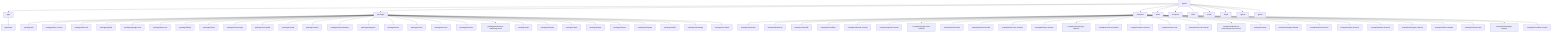
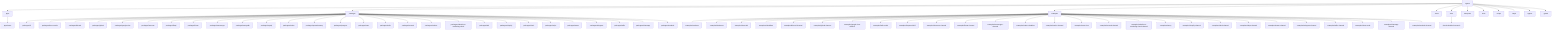
flowchart TD
  root["agents"]
  n_apps["apps"]
  root --> n_apps
  n_apps_www["apps/www"]
  n_apps --> n_apps_www
  n_packages["packages"]
  root --> n_packages
  n_packages_cli["packages/cli"]
  n_packages --> n_packages_cli
  n_packages_dev_console["packages/dev-console"]
  n_packages --> n_packages_dev_console
  n_packages_discord["packages/discord"]
  n_packages --> n_packages_discord
  n_packages_github["packages/github"]
  n_packages --> n_packages_github
  n_packages_google_chat["packages/google-chat"]
  n_packages --> n_packages_google_chat
  n_packages_intercom["packages/intercom"]
  n_packages --> n_packages_intercom
  n_packages_libsql["packages/libsql"]
  n_packages --> n_packages_libsql
  n_packages_linear["packages/linear"]
  n_packages --> n_packages_linear
  n_packages_messenger["packages/messenger"]
  n_packages --> n_packages_messenger
  n_packages_mongodb["packages/mongodb"]
  n_packages --> n_packages_mongodb
  n_packages_mysql["packages/mysql"]
  n_packages --> n_packages_mysql
  n_packages_notion["packages/notion"]
  n_packages --> n_packages_notion
  n_packages_opentelemetry["packages/opentelemetry"]
  n_packages --> n_packages_opentelemetry
  n_packages_postgres["packages/postgres"]
  n_packages --> n_packages_postgres
  n_packages_react["packages/react"]
  n_packages --> n_packages_react
  n_packages_redis["packages/redis"]
  n_packages --> n_packages_redis
  n_packages_resend["packages/resend"]
  n_packages --> n_packages_resend
  n_packages_runtime["packages/runtime"]
  n_packages --> n_packages_runtime
  n_packages_salesforce_marketing_cloud["packages/salesforce-marketing-cloud"]
  n_packages --> n_packages_salesforce_marketing_cloud
  n_packages_sdk["packages/sdk"]
  n_packages --> n_packages_sdk
  n_packages_shopify["packages/shopify"]
  n_packages --> n_packages_shopify
  n_packages_slack["packages/slack"]
  n_packages --> n_packages_slack
  n_packages_stripe["packages/stripe"]
  n_packages --> n_packages_stripe
  n_packages_teams["packages/teams"]
  n_packages --> n_packages_teams
  n_packages_telegram["packages/telegram"]
  n_packages --> n_packages_telegram
  n_packages_twilio["packages/twilio"]
  n_packages --> n_packages_twilio
  n_packages_whatsapp["packages/whatsapp"]
  n_packages --> n_packages_whatsapp
  n_packages_zendesk["packages/zendesk"]
  n_packages --> n_packages_zendesk
  n_examples["examples"]
  root --> n_examples
  n_examples_assistant["examples/assistant"]
  n_examples --> n_examples_assistant
  n_examples_braintrust["examples/braintrust"]
  n_examples --> n_examples_braintrust
  n_examples_chat_sdk["examples/chat-sdk"]
  n_examples --> n_examples_chat_sdk
  n_examples_cloudflare["examples/cloudflare"]
  n_examples --> n_examples_cloudflare
  n_examples_discord_channel["examples/discord-channel"]
  n_examples --> n_examples_discord_channel
  n_examples_github_channel["examples/github-channel"]
  n_examples --> n_examples_github_channel
  n_examples_google_chat_channel["examples/google-chat-channel"]
  n_examples --> n_examples_google_chat_channel
  n_examples_hello_world["examples/hello-world"]
  n_examples --> n_examples_hello_world
  n_examples_imported_skill["examples/imported-skill"]
  n_examples --> n_examples_imported_skill
  n_examples_intercom_channel["examples/intercom-channel"]
  n_examples --> n_examples_intercom_channel
  n_examples_linear_channel["examples/linear-channel"]
  n_examples --> n_examples_linear_channel
  n_examples_messenger_channel["examples/messenger-channel"]
  n_examples --> n_examples_messenger_channel
  n_examples_node_schedules["examples/node-schedules"]
  n_examples --> n_examples_node_schedules
  n_examples_notion_channel["examples/notion-channel"]
  n_examples --> n_examples_notion_channel
  n_examples_react_chat["examples/react-chat"]
  n_examples --> n_examples_react_chat
  n_examples_resend_channel["examples/resend-channel"]
  n_examples --> n_examples_resend_channel
  n_examples_salesforce_marketing_cloud_channel["examples/salesforce-marketing-cloud-channel"]
  n_examples --> n_examples_salesforce_marketing_cloud_channel
  n_examples_sentry["examples/sentry"]
  n_examples --> n_examples_sentry
  n_examples_shopify_channel["examples/shopify-channel"]
  n_examples --> n_examples_shopify_channel
  n_examples_slack_channel["examples/slack-channel"]
  n_examples --> n_examples_slack_channel
  n_examples_stripe_channel["examples/stripe-channel"]
  n_examples --> n_examples_stripe_channel
  n_examples_teams_channel["examples/teams-channel"]
  n_examples --> n_examples_teams_channel
  n_examples_telegram_channel["examples/telegram-channel"]
  n_examples --> n_examples_telegram_channel
  n_examples_twilio_channel["examples/twilio-channel"]
  n_examples --> n_examples_twilio_channel
  n_examples_vitest_evals["examples/vitest-evals"]
  n_examples --> n_examples_vitest_evals
  n_examples_whatsapp_channel["examples/whatsapp-channel"]
  n_examples --> n_examples_whatsapp_channel
  n_examples_zendesk_channel["examples/zendesk-channel"]
  n_examples --> n_examples_zendesk_channel
  n_demo["demo"]
  root --> n_demo
+   n_docs["docs"]
+   root --> n_docs
+   n_docs_scheduled_research["docs/scheduled-research"]
+   n_docs --> n_docs_scheduled_research
  n_blueprints["blueprints"]
  root --> n_blueprints
  n_skills["skills"]
  root --> n_skills
  n_scripts["scripts"]
  root --> n_scripts
  n_bapX[".bapX"]
  root --> n_bapX
  n_agents[".agents"]
  root --> n_agents
  n_github[".github"]
  root --> n_github

%% Generated by `bapX map`. Do not edit by hand.
